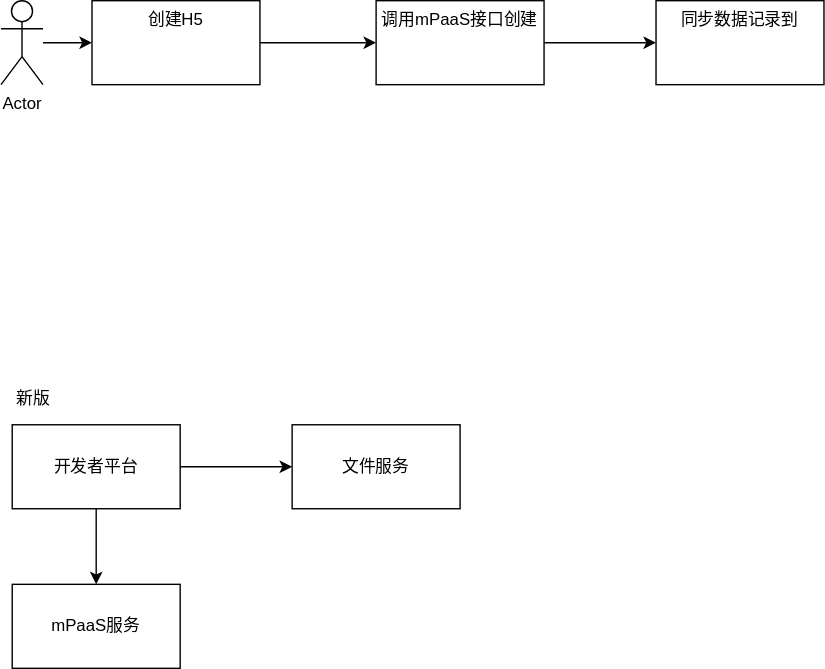
The draw.io diagram test.drawio.svg in cache9/drawio, before a commit. Source tidied: cells renumbered, new cells last; positions are measured from the earlier drawing's top-left corner, leaving out a move shared by most shapes.
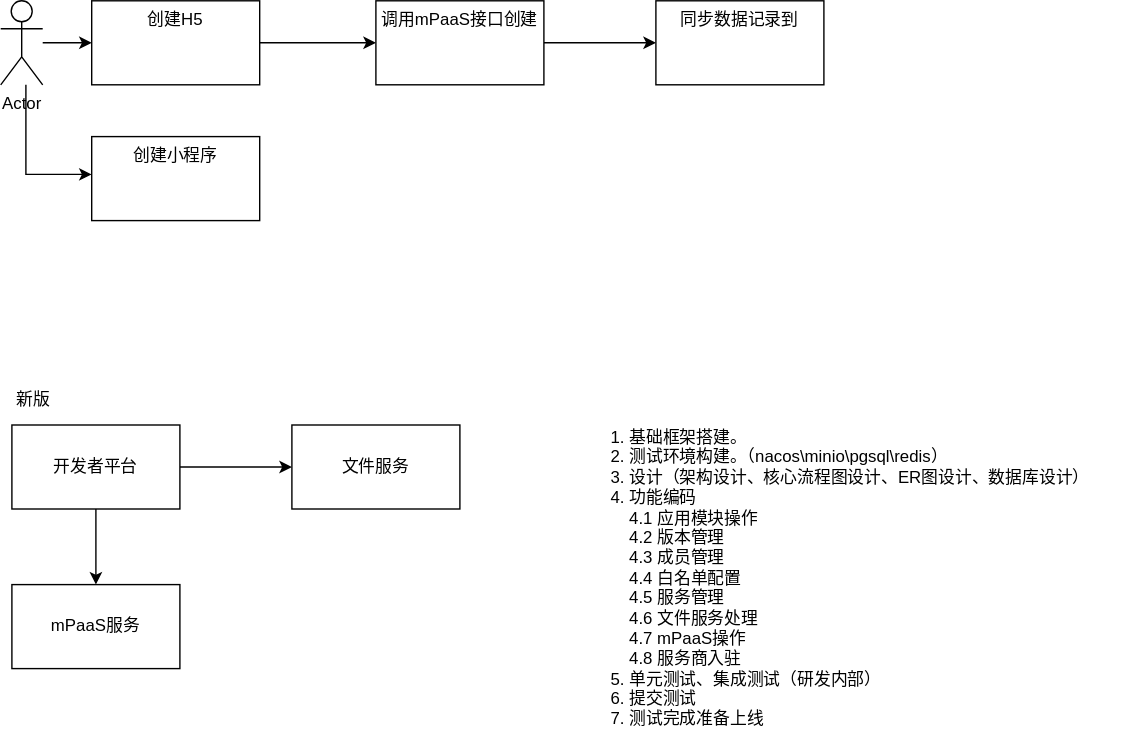
After the commit.

Change to the diagram source:
```diff
@@ -5,6 +5,13 @@
     <mxCell id="2" style="edgeStyle=orthogonalEdgeStyle;rounded=0;jettySize=auto;html=1;" parent="1" edge="1" source="3" target="5">
       <mxGeometry relative="1" as="geometry" />
     </mxCell>
+    <mxCell id="15" style="edgeStyle=orthogonalEdgeStyle;rounded=0;jettySize=auto;html=1;" parent="1" edge="1" source="3" target="16">
+      <mxGeometry relative="1" as="geometry">
+        <Array as="points">
+          <mxPoint x="18" y="124" />
+        </Array>
+      </mxGeometry>
+    </mxCell>
     <mxCell id="3" value="Actor" style="shape=umlActor;verticalLabelPosition=bottom;verticalAlign=top;html=1;" parent="1" vertex="1">
       <mxGeometry width="30" height="60" as="geometry" />
     </mxCell>
@@ -41,5 +48,11 @@
     <mxCell id="14" value="新版" style="text;html=1;align=center;verticalAlign=middle;strokeColor=none;fillColor=none;" parent="1" vertex="1">
       <mxGeometry x="2" y="272" width="42" height="26" as="geometry" />
     </mxCell>
+    <mxCell id="16" value="创建小程序" style="whiteSpace=wrap;html=1;verticalAlign=top;" parent="1" vertex="1">
+      <mxGeometry x="65" y="97" width="120" height="60" as="geometry" />
+    </mxCell>
+    <mxCell id="17" value="1. 基础框架搭建。&#10;2. 测试环境构建。（nacos\minio\pgsql\redis）&#10;3. 设计（架构设计、核心流程图设计、ER图设计、数据库设计）&#10;4. 功能编码&#10;    4.1 应用模块操作&#10;    4.2 版本管理&#10;    4.3 成员管理&#10;    4.4 白名单配置&#10;    4.5 服务管理&#10;    4.6 文件服务处理&#10;    4.7 mPaaS操作&#10;    4.8 服务商入驻&#10;5. 单元测试、集成测试（研发内部）&#10;6. 提交测试&#10;7. 测试完成准备上线" style="text;whiteSpace=wrap;html=1;" parent="1" vertex="1">
+      <mxGeometry x="434" y="298" width="370" height="238" as="geometry" />
+    </mxCell>
   </root>
 </mxGraphModel>
```
